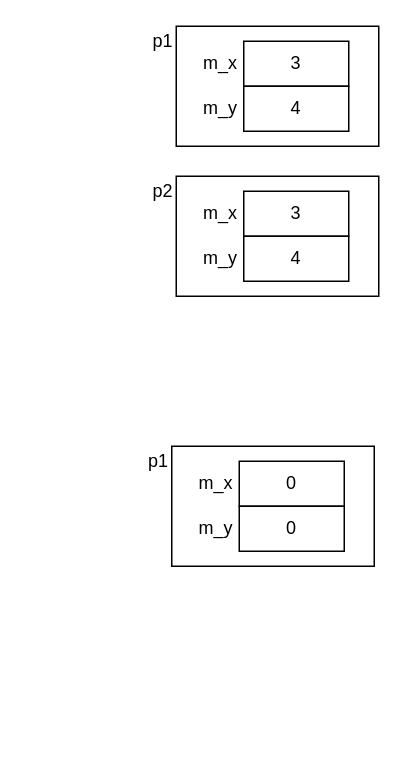
The draw.io diagram page "Page-1" (1 of 10) of external/images/objects.drawio in ascholerChemeketa/welcomeprogramming, before the edit. Source tidied: cells renumbered, new cells numbered last; positions are measured from the earlier drawing's top-left corner, leaving out a move shared by most shapes. Both pictures are drawn from the tidied source at 150%, with x=0, y=0 at pixel (26, 26).
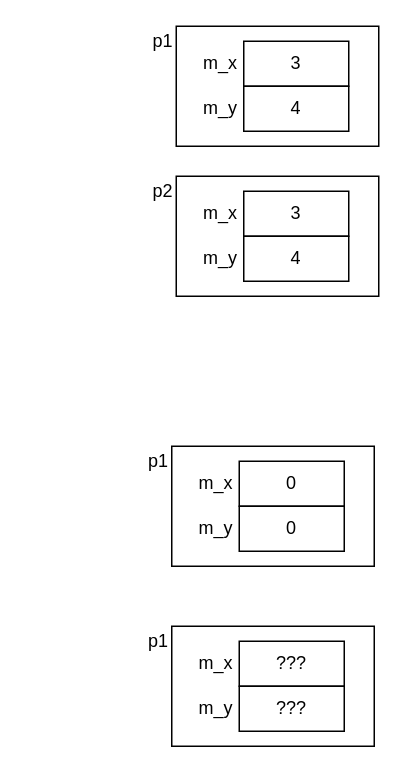
After the change.

The edit, as a diff of the source:
```diff
@@
+    <mxCell id="27" style="rounded=0;whiteSpace=wrap;html=1;" parent="1" vertex="1">
+      <mxGeometry x="97" y="400" width="135" height="80" as="geometry" />
+    </mxCell>
+    <mxCell id="28" style="group;" parent="1" vertex="1">
+      <mxGeometry x="102" y="410" width="110" height="30" as="geometry" />
+    </mxCell>
+    <mxCell id="29" value="???" style="rounded=0;whiteSpace=wrap;html=1;" parent="28" vertex="1">
+      <mxGeometry x="40" width="70" height="30" as="geometry" />
+    </mxCell>
+    <mxCell id="30" value="m_x" style="text;html=1;strokeColor=none;fillColor=none;align=right;verticalAlign=middle;whiteSpace=wrap;rounded=0;" parent="28" vertex="1">
+      <mxGeometry x="-22" y="5" width="60" height="20" as="geometry" />
+    </mxCell>
+    <mxCell id="31" value="p1" style="text;html=1;strokeColor=none;fillColor=none;align=right;verticalAlign=middle;whiteSpace=wrap;rounded=0;" parent="28" vertex="1">
+      <mxGeometry x="-65" y="-10" width="60" height="20" as="geometry" />
+    </mxCell>
+    <mxCell id="32" style="group;" parent="1" vertex="1">
+      <mxGeometry x="102" y="440" width="110" height="30" as="geometry" />
+    </mxCell>
+    <mxCell id="33" value="???" style="rounded=0;whiteSpace=wrap;html=1;" parent="32" vertex="1">
+      <mxGeometry x="40" width="70" height="30" as="geometry" />
+    </mxCell>
+    <mxCell id="34" value="m_y" style="text;html=1;strokeColor=none;fillColor=none;align=right;verticalAlign=middle;whiteSpace=wrap;rounded=0;" parent="32" vertex="1">
+      <mxGeometry x="-22" y="5" width="60" height="20" as="geometry" />
+    </mxCell>
```
